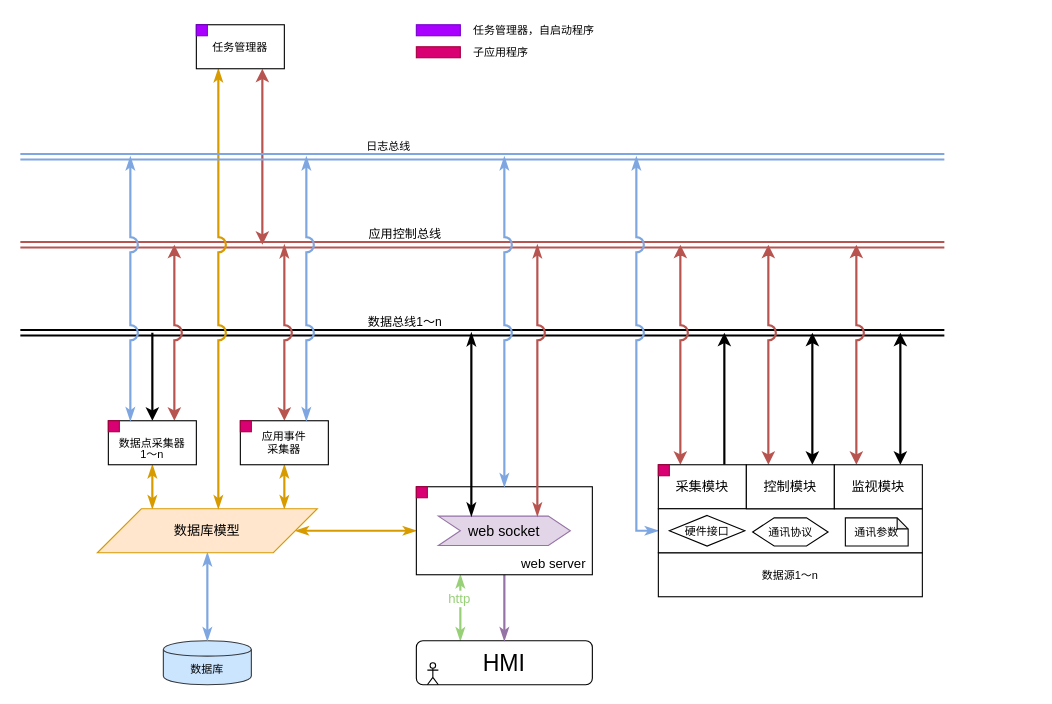
Above: 未命名绘图.drawio in bedreamer/draw.io (draw.io), before the change. Source tidied: cells renumbered, new cells numbered last; positions are measured from the earlier drawing's top-left corner, leaving out a move shared by most shapes. Both pictures are drawn from the tidied source at 110%, with x=0, y=0 at pixel (20, 19).
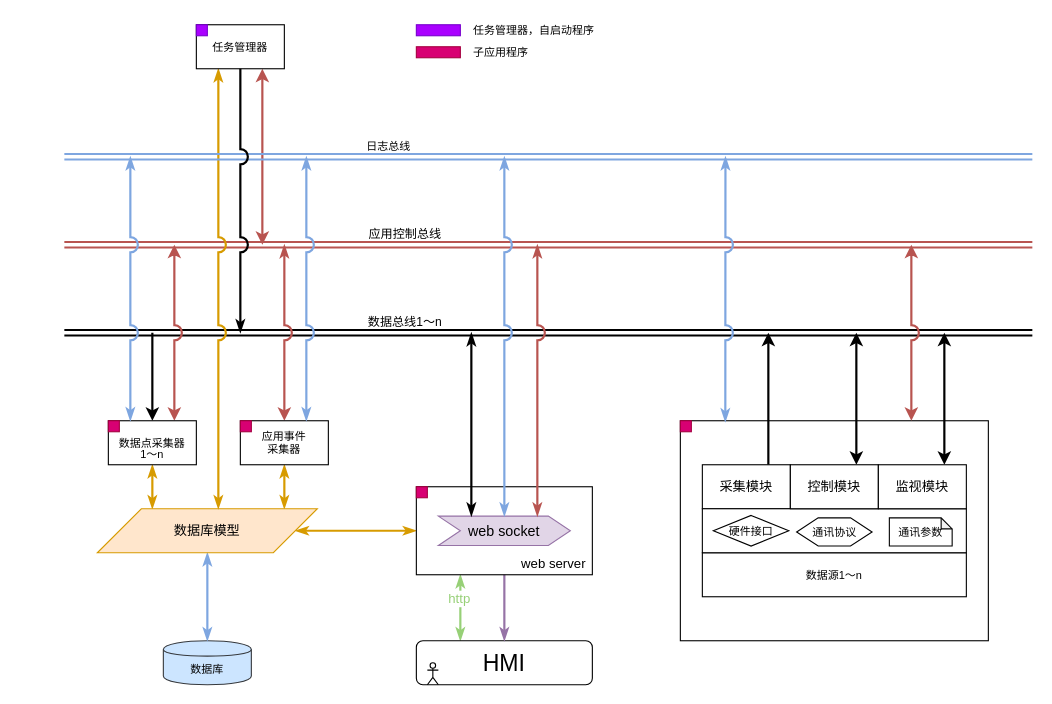
The same diagram, later.

Commit message:
更新未命名绘图.drawio

The change refers to these unchanged cells:
```xml
<mxCell id="31" value="任务管理器" style="rounded=0;whiteSpace=wrap;html=1;strokeColor=#000000;fillColor=#ffffff;fontSize=10;" parent="30" vertex="1">
  <mxGeometry width="80" height="40" as="geometry" />
</mxCell>
<mxCell id="41" style="rounded=0;whiteSpace=wrap;html=1;strokeColor=#000000;fillColor=#ffffff;fontSize=21;" parent="40" vertex="1">
  <mxGeometry width="160" height="80" as="geometry" />
</mxCell>
<mxCell id="42" value="web&amp;nbsp;socket" style="shape=step;perimeter=stepPerimeter;whiteSpace=wrap;html=1;fixedSize=1;strokeColor=#9673a6;fillColor=#e1d5e7;fontSize=13;" parent="40" vertex="1">
  <mxGeometry x="20" y="26.7" width="120" height="26.7" as="geometry" />
</mxCell>
<mxCell id="57" value="采集模块" style="rounded=0;whiteSpace=wrap;html=1;" parent="55" vertex="1">
  <mxGeometry width="80" height="40" as="geometry" />
</mxCell>
<mxCell id="59" style="rounded=0;whiteSpace=wrap;html=1;" parent="58" vertex="1">
  <mxGeometry width="240" height="40" as="geometry" />
</mxCell>
<mxCell id="63" value="控制模块" style="rounded=0;whiteSpace=wrap;html=1;" parent="55" vertex="1">
  <mxGeometry x="80" width="80" height="40" as="geometry" />
</mxCell>
<mxCell id="64" value="监视模块" style="rounded=0;whiteSpace=wrap;html=1;" parent="55" vertex="1">
  <mxGeometry x="160" width="80" height="40" as="geometry" />
</mxCell>
```

What changed in the source:
```diff
@@
+    <mxCell id="66" style="rounded=0;whiteSpace=wrap;html=1;strokeColor=#000000;fillColor=#ffffff;fontSize=13;fontColor=#000000;align=left;" parent="1" vertex="1">
+      <mxGeometry x="600" y="365" width="280" height="200" as="geometry" />
+    </mxCell>
@@
     <mxCell id="5" style="shape=link;html=1;startArrow=classicThin;startFill=1;endArrow=classicThin;endFill=1;strokeColor=#b85450;fontSize=13;fillColor=#f8cecc;strokeWidth=2;" parent="1" edge="1">
       <mxGeometry relative="1" as="geometry">
-        <mxPoint y="205" as="sourcePoint" />
-        <mxPoint x="840" y="205" as="targetPoint" />
+        <mxPoint x="40" y="205" as="sourcePoint" />
+        <mxPoint x="920" y="205" as="targetPoint" />
       </mxGeometry>
     </mxCell>
     <mxCell id="6" style="endArrow=classic;html=1;strokeColor=#000000;fontSize=13;exitX=0.75;exitY=0;exitDx=0;exitDy=0;strokeWidth=2;" parent="1" edge="1" source="57">
       <mxGeometry relative="1" as="geometry">
-        <mxPoint x="640" y="285" as="targetPoint" />
+        <mxPoint x="680" y="285" as="targetPoint" />
       </mxGeometry>
     </mxCell>
     <mxCell id="7" style="endArrow=classic;startArrow=classic;html=1;strokeColor=#000000;fontSize=13;exitX=0.75;exitY=0;exitDx=0;exitDy=0;strokeWidth=2;" parent="1" edge="1" source="63">
       <mxGeometry relative="1" as="geometry">
-        <mxPoint x="720" y="285" as="targetPoint" />
+        <mxPoint x="760" y="285" as="targetPoint" />
       </mxGeometry>
     </mxCell>
     <mxCell id="8" style="endArrow=classic;startArrow=classic;html=1;strokeColor=#000000;fontSize=13;exitX=0.75;exitY=0;exitDx=0;exitDy=0;strokeWidth=2;" parent="1" edge="1" source="64">
       <mxGeometry relative="1" as="geometry">
-        <mxPoint x="800" y="285" as="targetPoint" />
+        <mxPoint x="840" y="285" as="targetPoint" />
       </mxGeometry>
     </mxCell>
@@
     <mxCell id="15" style="shape=link;html=1;startArrow=classicThin;startFill=1;endArrow=classicThin;endFill=1;strokeColor=#000000;fontSize=10;strokeWidth=2;" parent="1" edge="1">
       <mxGeometry relative="1" as="geometry">
-        <mxPoint x="840" y="285" as="sourcePoint" />
-        <mxPoint y="285" as="targetPoint" />
+        <mxPoint x="920" y="285" as="sourcePoint" />
+        <mxPoint x="40" y="285" as="targetPoint" />
       </mxGeometry>
     </mxCell>
@@
-    <mxCell id="19" style="endArrow=classic;startArrow=classic;html=1;strokeColor=#b85450;fontSize=13;exitX=0.25;exitY=0;exitDx=0;exitDy=0;fillColor=#f8cecc;jumpStyle=arc;jumpSize=12;strokeWidth=2;" parent="1" edge="1" source="57">
+    <mxCell id="19" style="endArrow=classic;startArrow=classic;html=1;strokeColor=#b85450;fontSize=13;exitX=0.75;exitY=0;exitDx=0;exitDy=0;fillColor=#f8cecc;jumpStyle=arc;jumpSize=12;strokeWidth=2;" parent="1" edge="1" source="66">
       <mxGeometry relative="1" as="geometry">
-        <mxPoint x="600" y="205" as="targetPoint" />
+        <mxPoint x="810" y="205" as="targetPoint" />
       </mxGeometry>
     </mxCell>
-    <mxCell id="20" style="endArrow=classic;startArrow=classic;html=1;strokeColor=#b85450;fontSize=13;exitX=0.25;exitY=0;exitDx=0;exitDy=0;fillColor=#f8cecc;jumpStyle=arc;jumpSize=12;strokeWidth=2;" parent="1" edge="1" source="63">
-      <mxGeometry relative="1" as="geometry">
-        <mxPoint x="680" y="205" as="targetPoint" />
-      </mxGeometry>
-    </mxCell>
-    <mxCell id="21" style="endArrow=classic;startArrow=classic;html=1;strokeColor=#b85450;fontSize=13;exitX=0.25;exitY=0;exitDx=0;exitDy=0;fillColor=#f8cecc;jumpStyle=arc;jumpSize=12;strokeWidth=2;" parent="1" edge="1" source="64">
-      <mxGeometry relative="1" as="geometry">
-        <mxPoint x="760" y="205" as="targetPoint" />
-      </mxGeometry>
-    </mxCell>
@@
     <mxCell id="28" style="shape=link;html=1;startArrow=classicThin;startFill=1;endArrow=classicThin;endFill=1;strokeColor=#7EA6E0;strokeWidth=2;fontSize=10;fontColor=#97D077;fillColor=#cdeb8b;" parent="1" edge="1">
       <mxGeometry relative="1" as="geometry">
-        <mxPoint x="840" y="125" as="sourcePoint" />
-        <mxPoint y="125" as="targetPoint" />
+        <mxPoint x="920" y="125" as="sourcePoint" />
+        <mxPoint x="40" y="125" as="targetPoint" />
       </mxGeometry>
     </mxCell>
@@
-    <mxCell id="45" style="edgeStyle=orthogonalEdgeStyle;rounded=0;jumpStyle=arc;jumpSize=12;jettySize=auto;html=1;exitX=0.5;exitY=0;exitDx=0;exitDy=0;startArrow=classicThin;startFill=1;endArrow=classicThin;endFill=1;strokeColor=#7EA6E0;strokeWidth=2;fontSize=10;fontColor=#000000;" parent="1" edge="1" source="41">
+    <mxCell id="45" style="edgeStyle=orthogonalEdgeStyle;rounded=0;jumpStyle=arc;jumpSize=12;jettySize=auto;html=1;exitX=0.5;exitY=0;exitDx=0;exitDy=0;startArrow=classicThin;startFill=1;endArrow=classicThin;endFill=1;strokeColor=#7EA6E0;strokeWidth=2;fontSize=10;fontColor=#000000;" parent="1" edge="1" source="42">
       <mxGeometry relative="1" as="geometry">
         <mxPoint x="440" y="125" as="targetPoint" />
       </mxGeometry>
     </mxCell>
@@
-    <mxCell id="48" style="edgeStyle=orthogonalEdgeStyle;rounded=0;jumpStyle=arc;jumpSize=12;jettySize=auto;html=1;exitX=0;exitY=0.5;exitDx=0;exitDy=0;startArrow=classicThin;startFill=1;endArrow=classicThin;endFill=1;strokeColor=#7EA6E0;strokeWidth=2;fontSize=10;fontColor=#000000;" parent="1" edge="1" source="59">
-      <mxGeometry relative="1" as="geometry">
-        <mxPoint x="560" y="125" as="targetPoint" />
-      </mxGeometry>
-    </mxCell>
@@
     <mxCell id="55" style="group;" parent="1" vertex="1">
-      <mxGeometry x="580" y="405" width="240" height="120" as="geometry" />
+      <mxGeometry x="620" y="405" width="240" height="120" as="geometry" />
     </mxCell>
@@
+    <mxCell id="67" style="endArrow=classicThin;startArrow=classicThin;html=1;strokeColor=#7EA6E0;strokeWidth=2;fontSize=13;fontColor=#000000;endSize=6;startSize=6;exitX=0.146;exitY=0.005;exitDx=0;exitDy=0;exitPerimeter=0;startFill=1;endFill=1;jumpStyle=arc;jumpSize=12;" parent="1" edge="1" source="66">
+      <mxGeometry relative="1" as="geometry">
+        <mxPoint x="641" y="125" as="targetPoint" />
+      </mxGeometry>
+    </mxCell>
-    <mxCell id="65" style="rounded=0;whiteSpace=wrap;html=1;strokeColor=#A50040;fillColor=#d80073;fontSize=12;fontColor=#ffffff;" parent="55" vertex="1">
-      <mxGeometry width="10" height="10" as="geometry" />
+    <mxCell id="65" style="rounded=0;whiteSpace=wrap;html=1;strokeColor=#A50040;fillColor=#d80073;fontSize=12;fontColor=#ffffff;" parent="1" vertex="1">
+      <mxGeometry x="600" y="365" width="10" height="10" as="geometry" />
     </mxCell>
+    <mxCell id="68" style="edgeStyle=orthogonalEdgeStyle;rounded=0;jumpStyle=arc;jumpSize=12;jettySize=auto;html=1;exitX=0.5;exitY=1;exitDx=0;exitDy=0;startArrow=none;startFill=0;startSize=6;endArrow=classicThin;endFill=1;endSize=6;strokeColor=#000000;strokeWidth=2;fontSize=13;fontColor=#000000;" parent="1" edge="1" source="31">
+      <mxGeometry relative="1" as="geometry">
+        <mxPoint x="200" y="285" as="targetPoint" />
+      </mxGeometry>
+    </mxCell>
```
